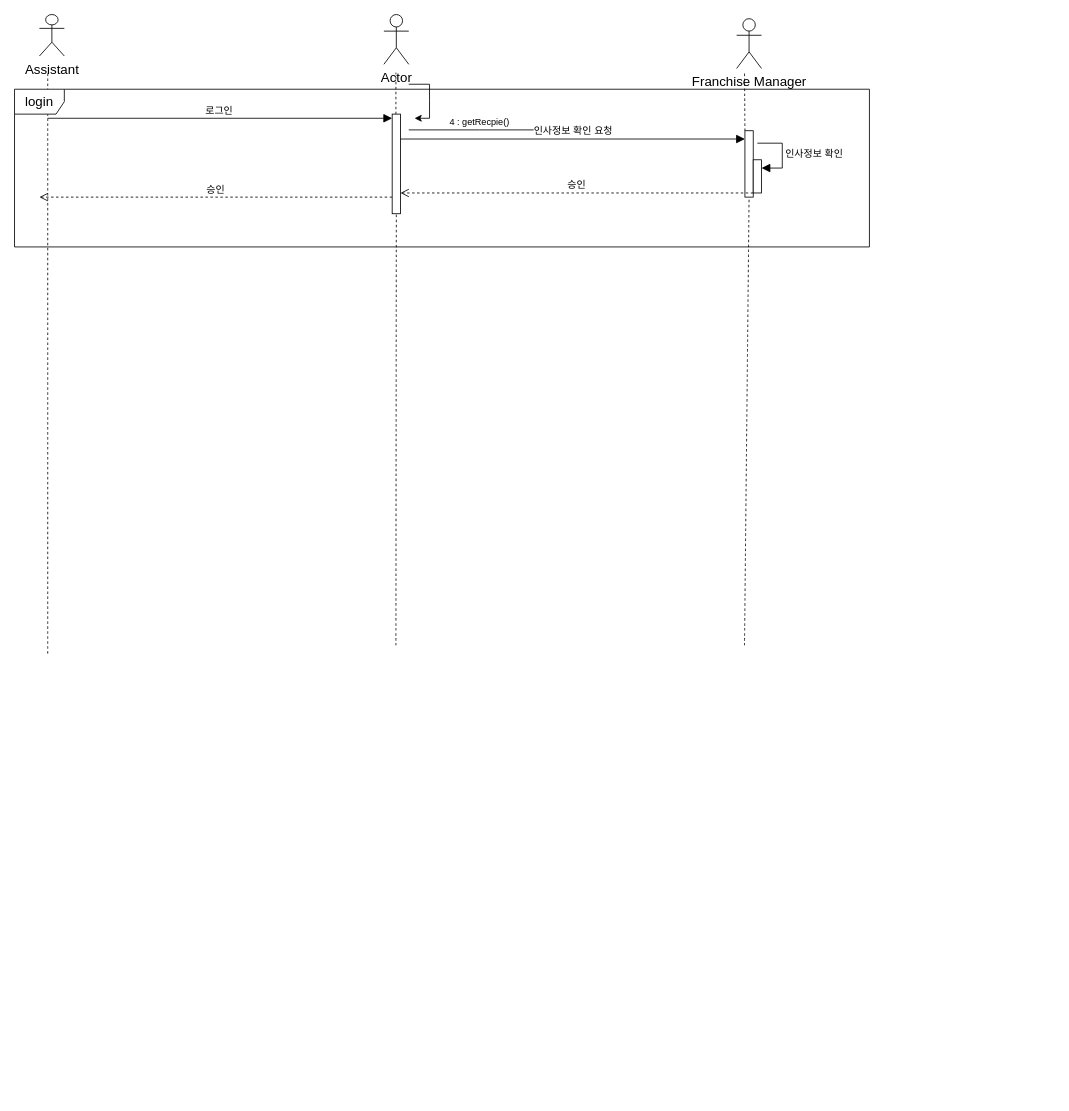
Earlier version of the draw.io diagram 제목 없는 다이어그램.drawio (dndpd/software-project). Source tidied: cells renumbered, new cells numbered last; positions are measured from the earlier drawing's top-left corner, leaving out a move shared by most shapes. Both pictures are drawn from the tidied source at 83%, with x=0, y=0 at pixel (14, 14).
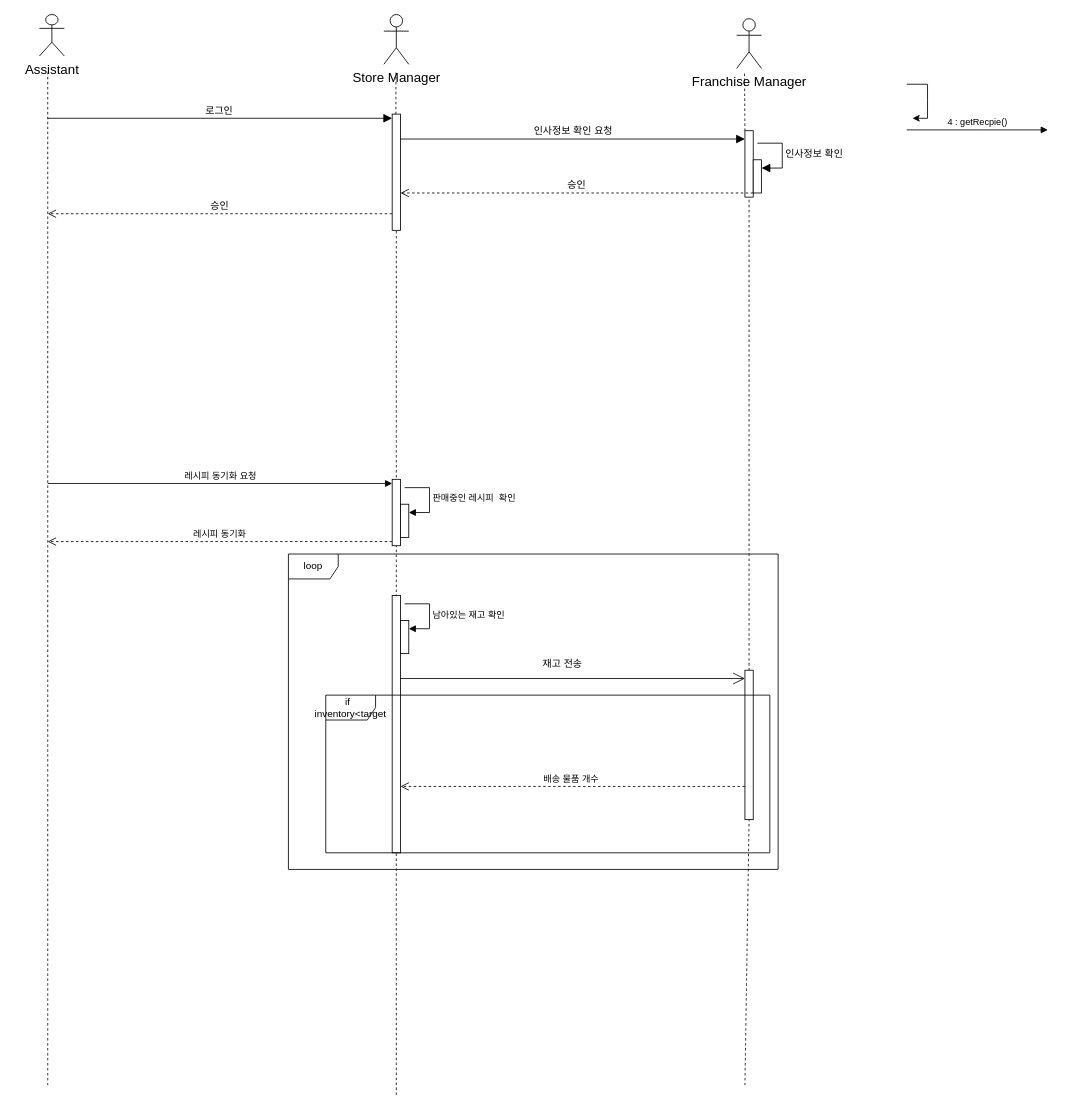
After the change.

Commit message:
제목 없는 다이어그램.drawio 업데이트

Unchanged cells that the change refers to:
```xml
<mxCell id="16" style="html=1;points=[[0,0,0,0,5],[0,1,0,0,-5],[1,0,0,0,5],[1,1,0,0,-5]];perimeter=orthogonalPerimeter;outlineConnect=0;targetShapes=umlLifeline;portConstraint=eastwest;newEdgeStyle={&quot;curved&quot;:0,&quot;rounded&quot;:0};fontSize=16;" parent="1" vertex="1">
  <mxGeometry x="880" y="140" width="10" height="80" as="geometry" />
</mxCell>
```

Diff of the diagram source:
```diff
@@
     <mxCell id="2" style="endArrow=none;dashed=1;html=1;rounded=0;fontSize=12;startSize=8;endSize=8;curved=1;entryX=0.5;entryY=1;entryDx=0;entryDy=0;" parent="1" edge="1">
       <mxGeometry relative="1" as="geometry">
-        <mxPoint x="40" y="770" as="sourcePoint" />
+        <mxPoint x="40" y="1290" as="sourcePoint" />
         <mxPoint x="40" y="70" as="targetPoint" />
       </mxGeometry>
     </mxCell>
@@
     <mxCell id="6" value="승인" style="html=1;verticalAlign=bottom;endArrow=open;dashed=1;endSize=8;curved=0;rounded=0;fontSize=12;" parent="1" edge="1" source="12">
       <mxGeometry relative="1" as="geometry">
-        <mxPoint x="30" y="220" as="targetPoint" />
+        <mxPoint x="40" y="240" as="targetPoint" />
+        <Array as="points">
+          <mxPoint x="350" y="240" />
+        </Array>
       </mxGeometry>
     </mxCell>
     <mxCell id="7" style="endArrow=none;dashed=1;html=1;rounded=0;fontSize=12;startSize=8;endSize=8;curved=1;entryX=0.5;entryY=1;entryDx=0;entryDy=0;" parent="1" edge="1">
       <mxGeometry relative="1" as="geometry">
-        <mxPoint x="459.5" y="760" as="sourcePoint" />
+        <mxPoint x="460" y="1301.6" as="sourcePoint" />
         <mxPoint x="460" y="240" as="targetPoint" />
       </mxGeometry>
     </mxCell>
@@
     <mxCell id="9" value="4 : getRecpie()" style="html=1;verticalAlign=bottom;endArrow=block;edgeStyle=elbowEdgeStyle;elbow=vertical;curved=0;rounded=0;" parent="1" edge="1">
       <mxGeometry relative="1" as="geometry">
-        <mxPoint x="475" y="139" as="sourcePoint" />
-        <mxPoint x="645" y="139" as="targetPoint" />
+        <mxPoint x="1075" y="139" as="sourcePoint" />
+        <mxPoint x="1245" y="139" as="targetPoint" />
         <Array as="points">
-          <mxPoint x="560" y="139" />
+          <mxPoint x="1160" y="139" />
         </Array>
       </mxGeometry>
     </mxCell>
-    <mxCell id="10" value="Actor" style="shape=umlActor;verticalLabelPosition=bottom;verticalAlign=top;html=1;fontSize=16;" parent="1" vertex="1">
+    <mxCell id="10" value="Store Manager" style="shape=umlActor;verticalLabelPosition=bottom;verticalAlign=top;html=1;fontSize=16;" parent="1" vertex="1">
       <mxGeometry x="445" width="30" height="60" as="geometry" />
     </mxCell>
     <mxCell id="11" style="endArrow=classic;html=1;rounded=0;" parent="1" edge="1">
       <mxGeometry relative="1" as="geometry">
-        <mxPoint x="475" y="84" as="sourcePoint" />
-        <mxPoint x="482" y="125" as="targetPoint" />
+        <mxPoint x="1075" y="84" as="sourcePoint" />
+        <mxPoint x="1082" y="125" as="targetPoint" />
         <Array as="points">
-          <mxPoint x="500" y="84" />
-          <mxPoint x="500" y="104" />
-          <mxPoint x="500" y="125" />
+          <mxPoint x="1100" y="84" />
+          <mxPoint x="1100" y="104" />
+          <mxPoint x="1100" y="125" />
         </Array>
       </mxGeometry>
     </mxCell>
     <mxCell id="12" style="html=1;points=[[0,0,0,0,5],[0,1,0,0,-5],[1,0,0,0,5],[1,1,0,0,-5]];perimeter=orthogonalPerimeter;outlineConnect=0;targetShapes=umlLifeline;portConstraint=eastwest;newEdgeStyle={&quot;curved&quot;:0,&quot;rounded&quot;:0};fontSize=16;" parent="1" vertex="1">
-      <mxGeometry x="455" y="120" width="10" height="120" as="geometry" />
+      <mxGeometry x="455" y="120" width="10" height="140" as="geometry" />
     </mxCell>
@@
-    <mxCell id="14" value="login" style="shape=umlFrame;whiteSpace=wrap;html=1;fontSize=16;" parent="1" vertex="1">
-      <mxGeometry y="90" width="1030" height="190" as="geometry" />
-    </mxCell>
-    <mxCell id="15" style="endArrow=none;dashed=1;html=1;rounded=0;fontSize=12;startSize=8;endSize=8;curved=1;entryX=0.5;entryY=1;entryDx=0;entryDy=0;" parent="1" edge="1" target="16">
-      <mxGeometry relative="1" as="geometry">
-        <mxPoint x="879.5" y="760" as="sourcePoint" />
-      </mxGeometry>
+    <mxCell id="15" style="endArrow=none;dashed=1;html=1;rounded=0;fontSize=12;startSize=8;endSize=8;curved=1;entryX=0.5;entryY=1;entryDx=0;entryDy=0;" parent="1" edge="1" source="31" target="16">
+      <mxGeometry relative="1" as="geometry" />
     </mxCell>
@@
+    <mxCell id="21" style="html=1;points=[[0,0,0,0,5],[0,1,0,0,-5],[1,0,0,0,5],[1,1,0,0,-5]];perimeter=orthogonalPerimeter;outlineConnect=0;targetShapes=umlLifeline;portConstraint=eastwest;newEdgeStyle={&quot;curved&quot;:0,&quot;rounded&quot;:0};" parent="1" vertex="1">
+      <mxGeometry x="455" y="560" width="10" height="80" as="geometry" />
+    </mxCell>
+    <mxCell id="22" value="레시피 동기화 요청" style="html=1;verticalAlign=bottom;endArrow=block;curved=0;rounded=0;entryX=0;entryY=0;entryDx=0;entryDy=5;" parent="1" edge="1" target="21">
+      <mxGeometry relative="1" as="geometry">
+        <mxPoint x="40" y="565" as="sourcePoint" />
+      </mxGeometry>
+    </mxCell>
+    <mxCell id="23" value="레시피 동기화" style="html=1;verticalAlign=bottom;endArrow=open;dashed=1;endSize=8;curved=0;rounded=0;exitX=0;exitY=1;exitDx=0;exitDy=-5;" parent="1" edge="1" source="21">
+      <mxGeometry relative="1" as="geometry">
+        <mxPoint x="40" y="635" as="targetPoint" />
+      </mxGeometry>
+    </mxCell>
+    <mxCell id="24" style="html=1;points=[[0,0,0,0,5],[0,1,0,0,-5],[1,0,0,0,5],[1,1,0,0,-5]];perimeter=orthogonalPerimeter;outlineConnect=0;targetShapes=umlLifeline;portConstraint=eastwest;newEdgeStyle={&quot;curved&quot;:0,&quot;rounded&quot;:0};" parent="1" vertex="1">
+      <mxGeometry x="465" y="590" width="10" height="40" as="geometry" />
+    </mxCell>
+    <mxCell id="25" value="판매중인 레시피&amp;nbsp; 확인" style="html=1;align=left;spacingLeft=2;endArrow=block;rounded=0;edgeStyle=orthogonalEdgeStyle;curved=0;rounded=0;" parent="1" edge="1" target="24">
+      <mxGeometry relative="1" as="geometry">
+        <mxPoint x="470" y="570" as="sourcePoint" />
+        <Array as="points">
+          <mxPoint x="500" y="600" />
+        </Array>
+      </mxGeometry>
+    </mxCell>
+    <mxCell id="26" style="html=1;points=[[0,0,0,0,5],[0,1,0,0,-5],[1,0,0,0,5],[1,1,0,0,-5]];perimeter=orthogonalPerimeter;outlineConnect=0;targetShapes=umlLifeline;portConstraint=eastwest;newEdgeStyle={&quot;curved&quot;:0,&quot;rounded&quot;:0};" parent="1" vertex="1">
+      <mxGeometry x="455" y="700" width="10" height="310" as="geometry" />
+    </mxCell>
+    <mxCell id="27" style="html=1;points=[[0,0,0,0,5],[0,1,0,0,-5],[1,0,0,0,5],[1,1,0,0,-5]];perimeter=orthogonalPerimeter;outlineConnect=0;targetShapes=umlLifeline;portConstraint=eastwest;newEdgeStyle={&quot;curved&quot;:0,&quot;rounded&quot;:0};" parent="1" vertex="1">
+      <mxGeometry x="465" y="730" width="10" height="40" as="geometry" />
+    </mxCell>
+    <mxCell id="28" value="남아있는 재고 확인" style="html=1;align=left;spacingLeft=2;endArrow=block;rounded=0;edgeStyle=orthogonalEdgeStyle;curved=0;rounded=0;" parent="1" edge="1" target="27">
+      <mxGeometry relative="1" as="geometry">
+        <mxPoint x="470" y="710" as="sourcePoint" />
+        <Array as="points">
+          <mxPoint x="500" y="740" />
+        </Array>
+      </mxGeometry>
+    </mxCell>
+    <mxCell id="29" value="loop" style="shape=umlFrame;whiteSpace=wrap;html=1;" parent="1" vertex="1">
+      <mxGeometry x="330" y="650" width="590" height="380" as="geometry" />
+    </mxCell>
+    <mxCell id="30" style="endArrow=none;dashed=1;html=1;rounded=0;fontSize=12;startSize=8;endSize=8;curved=1;entryX=0.5;entryY=1;entryDx=0;entryDy=0;" parent="1" edge="1" target="31">
+      <mxGeometry relative="1" as="geometry">
+        <mxPoint x="880" y="1290" as="sourcePoint" />
+      </mxGeometry>
+    </mxCell>
+    <mxCell id="31" style="html=1;points=[[0,0,0,0,5],[0,1,0,0,-5],[1,0,0,0,5],[1,1,0,0,-5]];perimeter=orthogonalPerimeter;outlineConnect=0;targetShapes=umlLifeline;portConstraint=eastwest;newEdgeStyle={&quot;curved&quot;:0,&quot;rounded&quot;:0};" parent="1" vertex="1">
+      <mxGeometry x="880" y="790" width="10" height="180" as="geometry" />
+    </mxCell>
+    <mxCell id="32" style="endArrow=open;endFill=1;endSize=12;html=1;rounded=0;" parent="1" edge="1" target="31">
+      <mxGeometry relative="1" as="geometry">
+        <mxPoint x="465" y="800" as="sourcePoint" />
+      </mxGeometry>
+    </mxCell>
+    <mxCell id="33" value="배송 물품 개수&amp;nbsp;" style="html=1;verticalAlign=bottom;endArrow=open;dashed=1;endSize=8;curved=0;rounded=0;" parent="1" edge="1" target="26">
+      <mxGeometry relative="1" as="geometry">
+        <mxPoint x="880" y="930" as="sourcePoint" />
+      </mxGeometry>
+    </mxCell>
+    <mxCell id="34" value="재고 전송" style="text;html=1;align=center;verticalAlign=middle;strokeColor=none;fillColor=none;" parent="1" vertex="1">
+      <mxGeometry x="625" y="768" width="70" height="30" as="geometry" />
+    </mxCell>
+    <mxCell id="35" value="if&amp;nbsp;&amp;nbsp;&lt;br style=&quot;border-color: var(--border-color);&quot;&gt;&lt;span style=&quot;&quot;&gt;inventory&amp;lt;target&lt;/span&gt;" style="shape=umlFrame;whiteSpace=wrap;html=1;" parent="1" vertex="1">
+      <mxGeometry x="375" y="820" width="535" height="190" as="geometry" />
+    </mxCell>
```
